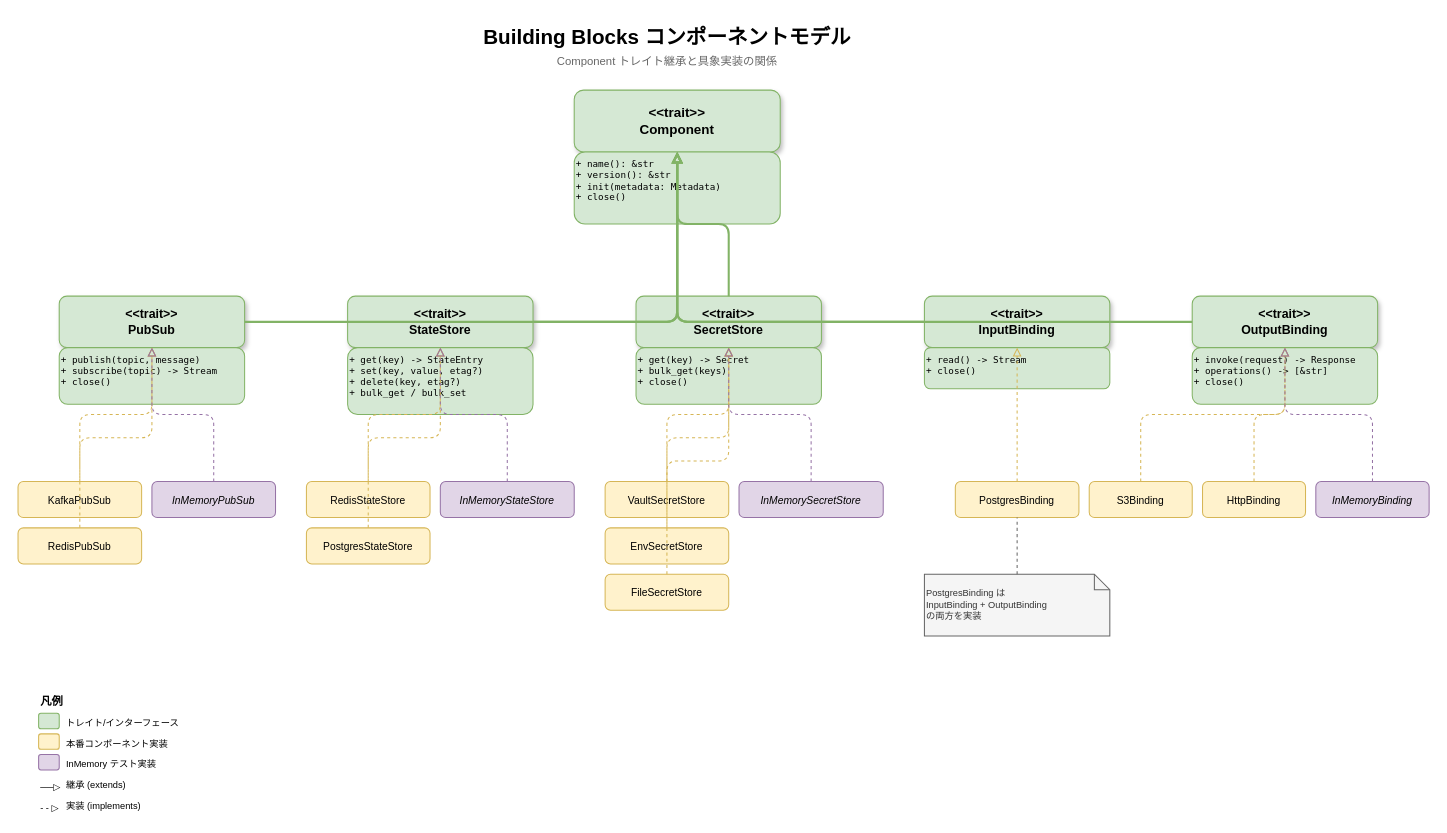
Before: docs/diagrams/building-blocks-component-model.drawio in RyuheiKiso/k1s0, a draw.io diagram. Source tidied: cells renumbered, new cells numbered last; positions are measured from the earlier drawing's top-left corner, leaving out a move shared by most shapes. Both pictures are drawn from the tidied source at 103%, with x=0, y=0 at pixel (18, 18).
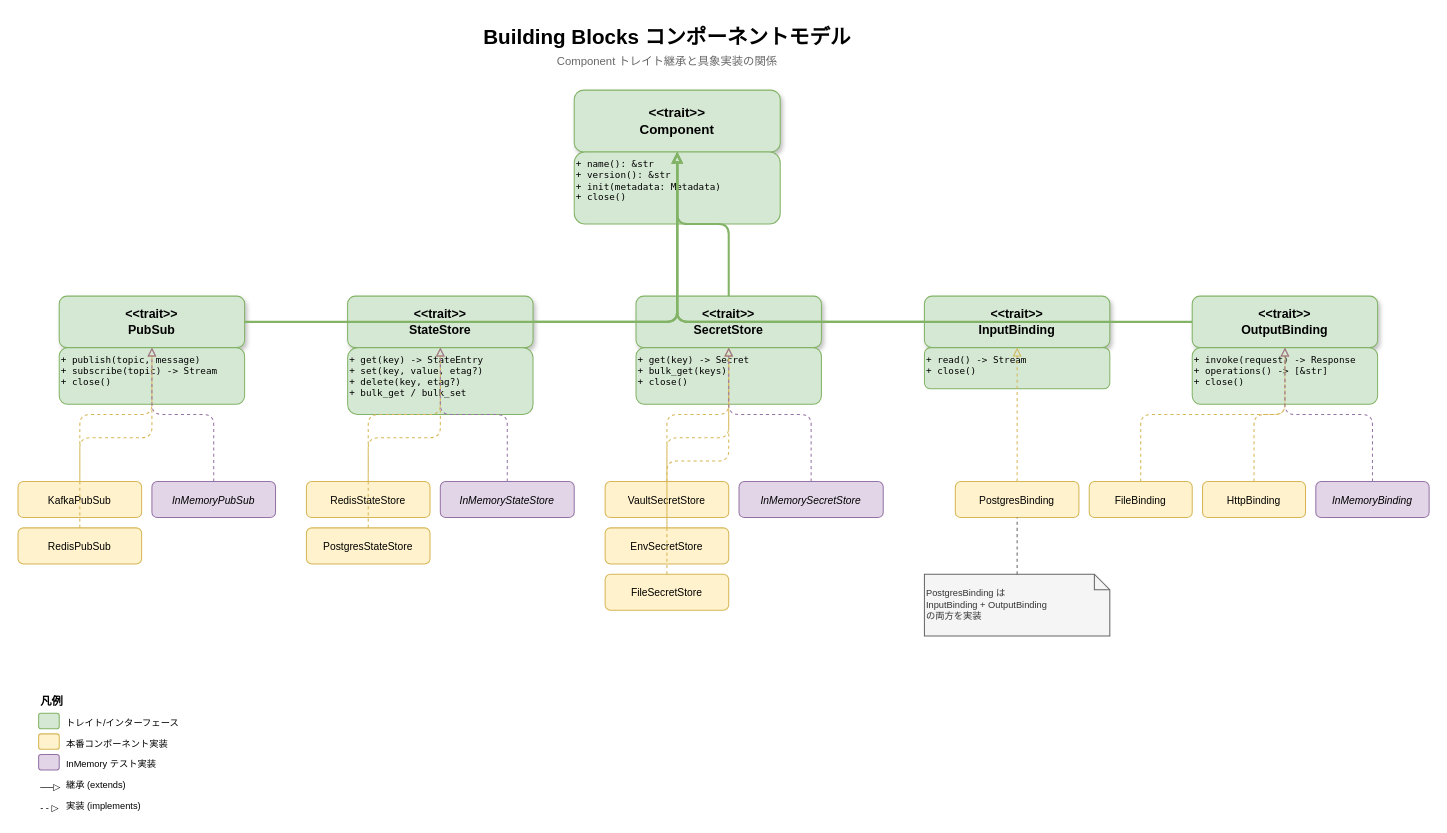
The same page after the edit.

Diff of the diagram source:
```diff
@@
-    <mxCell id="32" value="S3Binding" style="rounded=1;whiteSpace=wrap;html=0;fillColor=#FFF2CC;strokeColor=#D6B656;fontSize=10;verticalAlign=middle;align=center;" parent="1" vertex="1">
+    <mxCell id="32" value="FileBinding" style="rounded=1;whiteSpace=wrap;html=0;fillColor=#FFF2CC;strokeColor=#D6B656;fontSize=10;verticalAlign=middle;align=center;" parent="1" vertex="1">
       <mxGeometry x="1040" y="450" width="100" height="35" as="geometry" />
     </mxCell>
```
